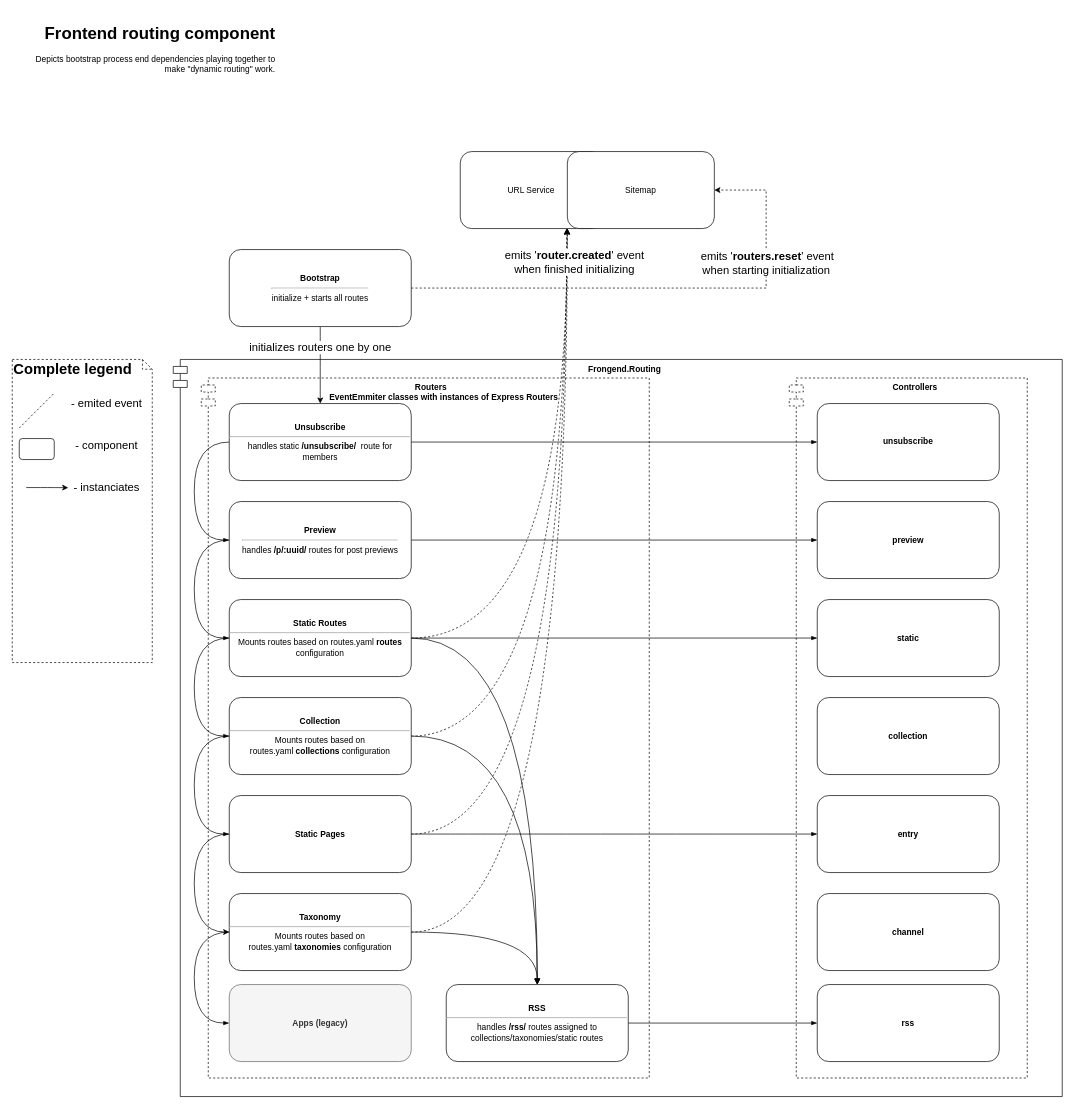
Above: page "Frontend.Routing" (5 of 7) of ghost.drawio in TryGhost/architecture-diagrams (draw.io), before the change. Source tidied: cells renumbered, new cells numbered last; positions are measured from the earlier drawing's top-left corner, leaving out a move shared by most shapes. Both pictures are drawn from the tidied source at 70%, with x=0, y=0 at pixel (12, 19).
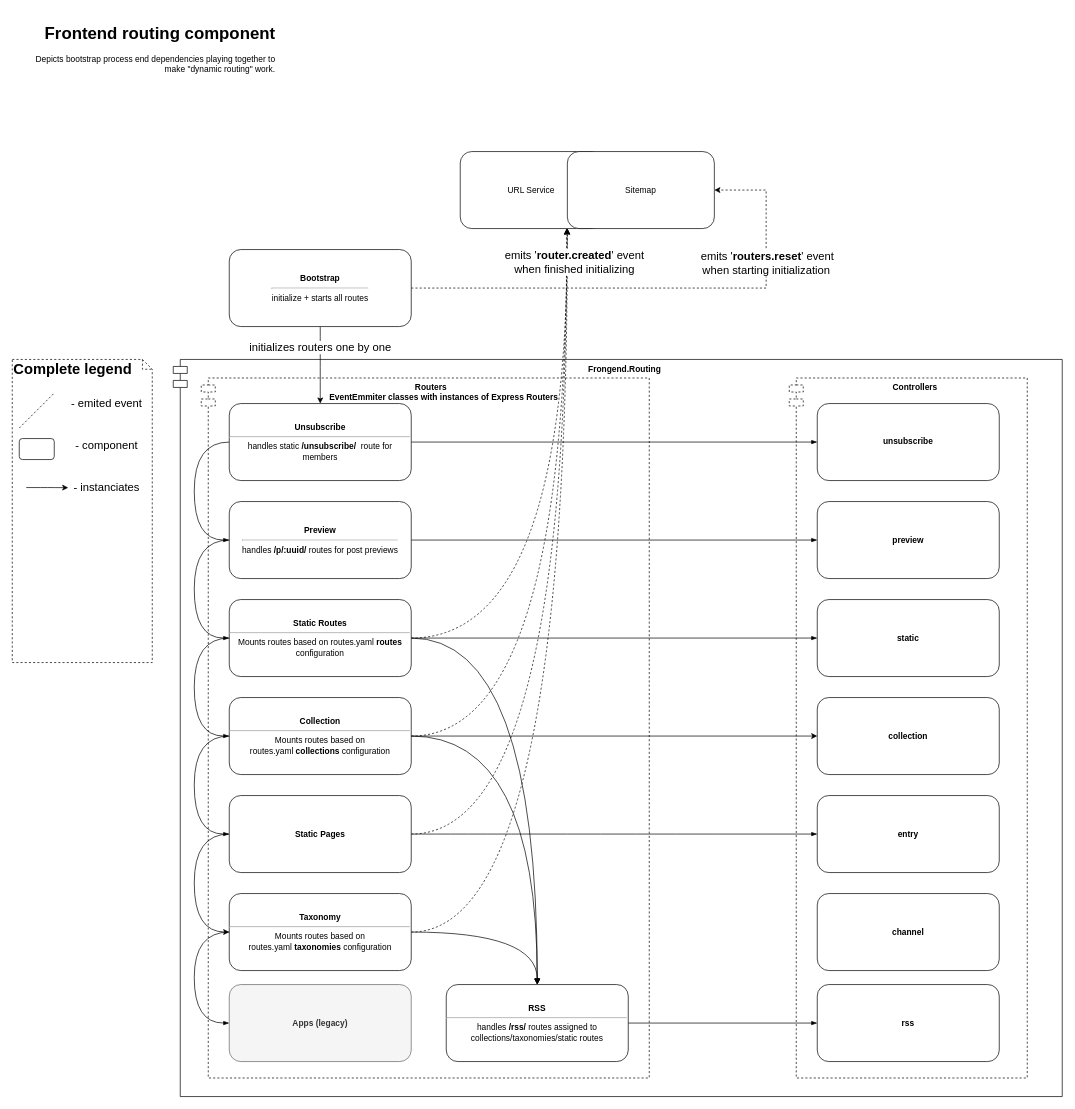
The same diagram, later.

Commit message:
Added webhooks diagram

Unchanged cells that the change refers to:
```xml
<mxCell id="5" value="collection" style="rounded=1;whiteSpace=wrap;html=1;fontStyle=1;" parent="1" vertex="1">
  <mxGeometry x="1150" y="969" width="260" height="110" as="geometry" />
</mxCell>
<mxCell id="29" value="Collection&lt;br class=&quot;Apple-interchange-newline&quot;&gt;&lt;hr&gt;&lt;span style=&quot;font-weight: normal&quot;&gt;Mounts routes based on routes.yaml&amp;nbsp;&lt;/span&gt;collections&amp;nbsp;&lt;span style=&quot;font-weight: normal&quot;&gt;configuration&lt;/span&gt;" style="rounded=1;whiteSpace=wrap;html=1;fontStyle=1;" parent="1" vertex="1">
  <mxGeometry x="310" y="969" width="260" height="110" as="geometry" />
</mxCell>
```

Diff of the diagram source:
```diff
@@
+    <mxCell id="51" style="edgeStyle=orthogonalEdgeStyle;rounded=0;jettySize=auto;html=1;" parent="1" edge="1" source="29" target="5">
+      <mxGeometry relative="1" as="geometry" />
+    </mxCell>
```
